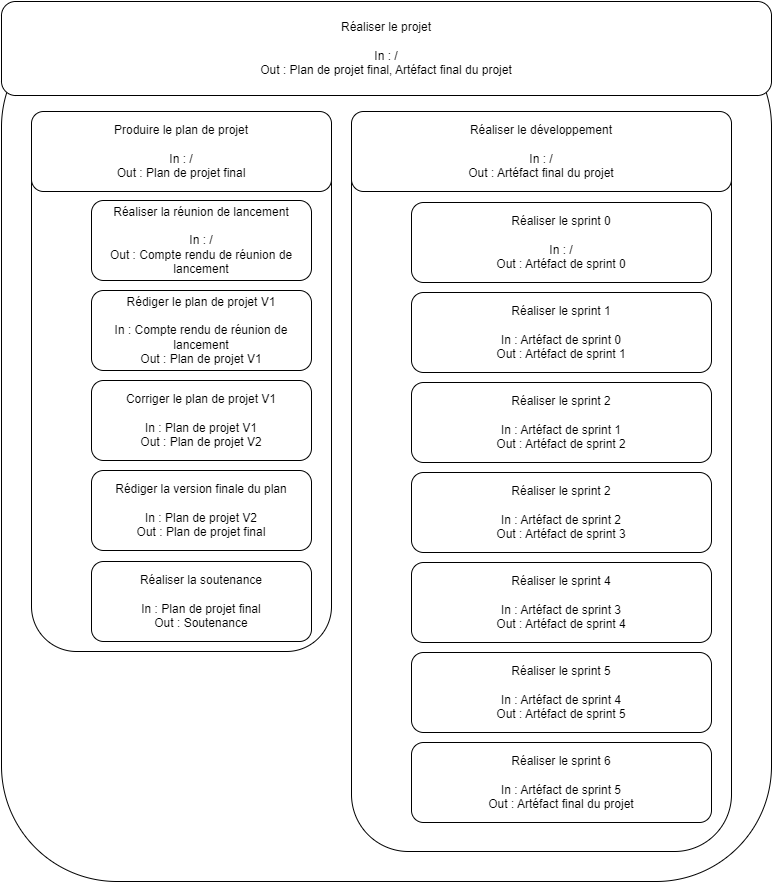
Above: plan_management_projet/documents/IMG/WBS.png in Szyckaa/UE-PROJET-DOCS-GESTION (draw.io), before the change. Source tidied: cells renumbered, new cells last; positions are measured from the earlier drawing's top-left corner, leaving out a move shared by most shapes. Its diagram source:
```xml
<mxGraphModel>
  <root>
    <mxCell id="0" />
    <mxCell id="1" parent="0" />
    <mxCell id="2" style="rounded=1;whiteSpace=wrap;html=1;" parent="1" vertex="1">
      <mxGeometry y="10" width="770" height="870" as="geometry" />
    </mxCell>
    <mxCell id="3" style="rounded=1;whiteSpace=wrap;html=1;" parent="1" vertex="1">
      <mxGeometry x="350" y="110" width="380" height="740" as="geometry" />
    </mxCell>
    <mxCell id="4" style="rounded=1;whiteSpace=wrap;html=1;" parent="1" vertex="1">
      <mxGeometry x="30" y="110" width="300" height="540" as="geometry" />
    </mxCell>
    <mxCell id="5" value="Produire le plan de projet&lt;br&gt;&lt;br&gt;In : /&lt;br&gt;Out : Plan de projet final" style="rounded=1;whiteSpace=wrap;html=1;" parent="1" vertex="1">
      <mxGeometry x="30" y="110" width="300" height="80" as="geometry" />
    </mxCell>
    <mxCell id="6" value="Réaliser la réunion de lancement&lt;br&gt;&lt;br&gt;In : /&lt;br&gt;Out : Compte rendu de réunion de lancement" style="rounded=1;whiteSpace=wrap;html=1;" parent="1" vertex="1">
      <mxGeometry x="90" y="199" width="220" height="80" as="geometry" />
    </mxCell>
    <mxCell id="7" value="Rédiger le plan de projet V1&lt;br&gt;&lt;br&gt;In : Compte rendu de réunion de lancement&lt;br&gt;Out : Plan de projet V1" style="rounded=1;whiteSpace=wrap;html=1;" parent="1" vertex="1">
      <mxGeometry x="90" y="289" width="220" height="80" as="geometry" />
    </mxCell>
    <mxCell id="8" value="Rédiger la version finale du plan&lt;br&gt;&lt;br&gt;In : Plan de projet V2&lt;br&gt;Out : Plan de projet final" style="rounded=1;whiteSpace=wrap;html=1;" parent="1" vertex="1">
      <mxGeometry x="90" y="469" width="220" height="80" as="geometry" />
    </mxCell>
    <mxCell id="9" value="Réaliser le développement&lt;br&gt;&lt;br&gt;In : /&lt;br&gt;Out : Artéfact final du projet" style="rounded=1;whiteSpace=wrap;html=1;" parent="1" vertex="1">
      <mxGeometry x="350" y="110" width="380" height="80" as="geometry" />
    </mxCell>
    <mxCell id="10" value="Réaliser le sprint 0&lt;br&gt;&lt;br&gt;In : /&lt;br&gt;Out : Artéfact de sprint 0" style="rounded=1;whiteSpace=wrap;html=1;" parent="1" vertex="1">
      <mxGeometry x="410" y="201" width="300" height="80" as="geometry" />
    </mxCell>
    <mxCell id="11" value="Réaliser le sprint 1&lt;br&gt;&lt;br&gt;In : Artéfact de sprint 0&lt;br&gt;Out : Artéfact de sprint 1" style="rounded=1;whiteSpace=wrap;html=1;" parent="1" vertex="1">
      <mxGeometry x="410" y="291" width="300" height="80" as="geometry" />
    </mxCell>
    <mxCell id="12" value="Réaliser le sprint 2&lt;br&gt;&lt;br&gt;In : Artéfact de sprint 1&lt;br&gt;Out : Artéfact de sprint 2" style="rounded=1;whiteSpace=wrap;html=1;" parent="1" vertex="1">
      <mxGeometry x="410" y="381" width="300" height="80" as="geometry" />
    </mxCell>
    <mxCell id="13" value="Réaliser le sprint 2&lt;br&gt;&lt;br&gt;In : Artéfact de sprint 2&lt;br&gt;Out : Artéfact de sprint 3" style="rounded=1;whiteSpace=wrap;html=1;" parent="1" vertex="1">
      <mxGeometry x="410" y="471" width="300" height="80" as="geometry" />
    </mxCell>
    <mxCell id="14" value="Réaliser le sprint 4&lt;br&gt;&lt;br&gt;In : Artéfact de sprint 3&lt;br&gt;Out : Artéfact de sprint 4" style="rounded=1;whiteSpace=wrap;html=1;" parent="1" vertex="1">
      <mxGeometry x="410" y="561" width="300" height="80" as="geometry" />
    </mxCell>
    <mxCell id="15" value="Réaliser le sprint 5&lt;br&gt;&lt;br&gt;In : Artéfact de sprint 4&lt;br&gt;Out : Artéfact de sprint 5" style="rounded=1;whiteSpace=wrap;html=1;" parent="1" vertex="1">
      <mxGeometry x="410" y="651" width="300" height="80" as="geometry" />
    </mxCell>
    <mxCell id="16" value="Réaliser le sprint 6&lt;br&gt;&lt;br&gt;In : Artéfact de sprint 5&lt;br&gt;Out : Artéfact final du projet" style="rounded=1;whiteSpace=wrap;html=1;" parent="1" vertex="1">
      <mxGeometry x="410" y="741" width="300" height="80" as="geometry" />
    </mxCell>
    <mxCell id="17" value="Réaliser le projet&lt;br&gt;&lt;br&gt;In : /&lt;br&gt;Out : Plan de projet final, Artéfact final du projet" style="rounded=1;whiteSpace=wrap;html=1;" parent="1" vertex="1">
      <mxGeometry width="770" height="94" as="geometry" />
    </mxCell>
    <mxCell id="18" value="Réaliser la soutenance&lt;br&gt;&lt;br&gt;In : Plan de projet final&lt;br&gt;Out : Soutenance" style="rounded=1;whiteSpace=wrap;html=1;" parent="1" vertex="1">
      <mxGeometry x="90" y="560" width="220" height="80" as="geometry" />
    </mxCell>
    <mxCell id="19" value="Corriger le plan de projet V1&lt;br&gt;&lt;br&gt;In : Plan de projet V1&lt;br&gt;Out : Plan de projet V2" style="rounded=1;whiteSpace=wrap;html=1;" parent="1" vertex="1">
      <mxGeometry x="90" y="379" width="220" height="80" as="geometry" />
    </mxCell>
  </root>
</mxGraphModel>
```
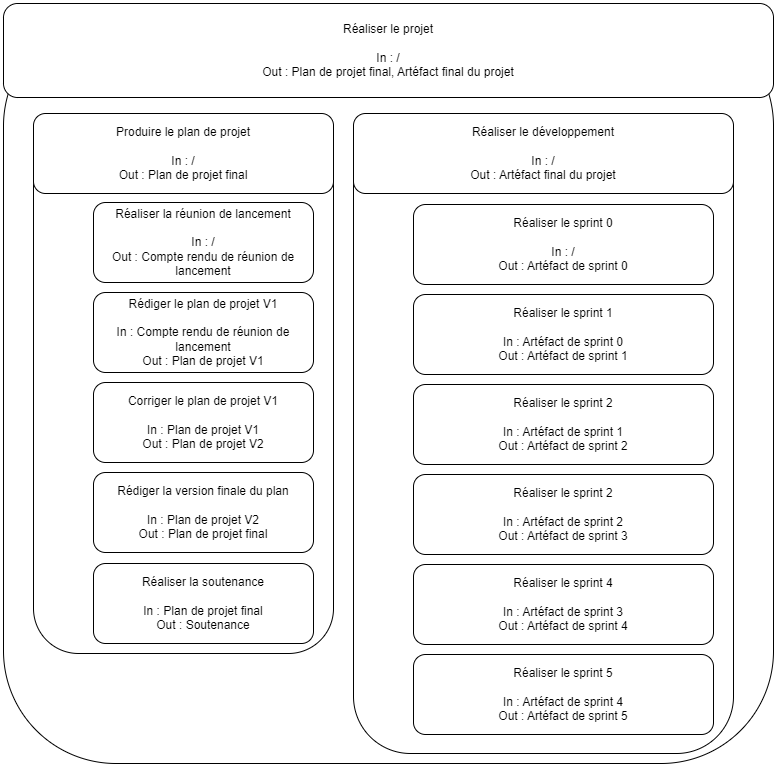
The same file after the commit.

What changed in the source:
```diff
@@ -3,10 +3,10 @@
     <mxCell id="0" />
     <mxCell id="1" parent="0" />
     <mxCell id="2" style="rounded=1;whiteSpace=wrap;html=1;" parent="1" vertex="1">
-      <mxGeometry y="10" width="770" height="870" as="geometry" />
+      <mxGeometry y="10" width="770" height="750" as="geometry" />
     </mxCell>
     <mxCell id="3" style="rounded=1;whiteSpace=wrap;html=1;" parent="1" vertex="1">
-      <mxGeometry x="350" y="110" width="380" height="740" as="geometry" />
+      <mxGeometry x="350" y="110" width="380" height="640" as="geometry" />
     </mxCell>
     <mxCell id="4" style="rounded=1;whiteSpace=wrap;html=1;" parent="1" vertex="1">
       <mxGeometry x="30" y="110" width="300" height="540" as="geometry" />
@@ -44,9 +44,6 @@
     <mxCell id="15" value="Réaliser le sprint 5&lt;br&gt;&lt;br&gt;In : Artéfact de sprint 4&lt;br&gt;Out : Artéfact de sprint 5" style="rounded=1;whiteSpace=wrap;html=1;" parent="1" vertex="1">
       <mxGeometry x="410" y="651" width="300" height="80" as="geometry" />
     </mxCell>
-    <mxCell id="16" value="Réaliser le sprint 6&lt;br&gt;&lt;br&gt;In : Artéfact de sprint 5&lt;br&gt;Out : Artéfact final du projet" style="rounded=1;whiteSpace=wrap;html=1;" parent="1" vertex="1">
-      <mxGeometry x="410" y="741" width="300" height="80" as="geometry" />
-    </mxCell>
     <mxCell id="17" value="Réaliser le projet&lt;br&gt;&lt;br&gt;In : /&lt;br&gt;Out : Plan de projet final, Artéfact final du projet" style="rounded=1;whiteSpace=wrap;html=1;" parent="1" vertex="1">
       <mxGeometry width="770" height="94" as="geometry" />
     </mxCell>
```
